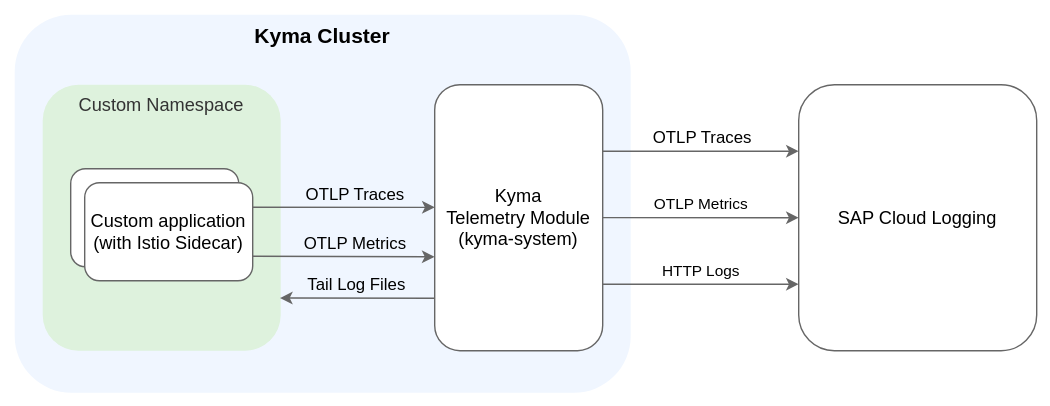
Before: docs/user/integration/assets/sap-cloud-logging.drawio.svg, a diagram exported from draw.io (kyma-project/telemetry-manager). Source tidied: cells renumbered, new cells last; positions are measured from the earlier drawing's top-left corner, leaving out a move shared by most shapes. Source of this version:
```xml
<mxGraphModel background="#FFFFFF">
  <root>
    <mxCell id="0" />
    <mxCell id="1" parent="0" />
    <mxCell id="2" style="rounded=0;whiteSpace=wrap;html=1;strokeColor=none;" parent="1" vertex="1">
      <mxGeometry width="750" height="290" as="geometry" />
    </mxCell>
    <mxCell id="3" value="&lt;b&gt;&lt;font style=&quot;font-size: 15px;&quot;&gt;Kyma Cluster&lt;br&gt;&lt;/font&gt;&lt;/b&gt;" style="rounded=1;whiteSpace=wrap;html=1;fillColor=#F0F6FF;strokeColor=none;verticalAlign=top;" parent="1" vertex="1">
      <mxGeometry x="10" y="10" width="440" height="270" as="geometry" />
    </mxCell>
    <mxCell id="4" value="&lt;font style=&quot;font-size: 13px;&quot;&gt;Custom Namespace&lt;br&gt;&lt;/font&gt;" style="rounded=1;whiteSpace=wrap;html=1;fillColor=#DEF2DD;fontColor=#333333;strokeColor=none;verticalAlign=top;" parent="1" vertex="1">
      <mxGeometry x="30" y="60" width="170" height="190" as="geometry" />
    </mxCell>
    <mxCell id="5" value="&lt;font style=&quot;font-size: 13px;&quot;&gt;Kyma &lt;br&gt;Telemetry Module&lt;br style=&quot;border-color: var(--border-color);&quot;&gt;(kyma-system)&lt;/font&gt;" style="rounded=1;whiteSpace=wrap;html=1;fillColor=#FFFFFF;strokeColor=#666666;" parent="1" vertex="1">
      <mxGeometry x="310" y="60" width="120" height="190" as="geometry" />
    </mxCell>
    <mxCell id="6" value="&lt;font style=&quot;&quot;&gt;&lt;font style=&quot;font-size: 13px;&quot;&gt;SAP Cloud Logging&lt;/font&gt;&lt;br&gt;&lt;/font&gt;" style="rounded=1;whiteSpace=wrap;html=1;fillColor=#FFFFFF;strokeColor=#666666;verticalAlign=middle;" parent="1" vertex="1">
      <mxGeometry x="570" y="60" width="170" height="190" as="geometry" />
    </mxCell>
    <mxCell id="7" style="edgeStyle=none;rounded=1;jettySize=auto;html=1;exitX=1;exitY=0.25;exitDx=0;exitDy=0;strokeColor=#666666;entryX=0;entryY=0.25;entryDx=0;entryDy=0;" parent="1" edge="1" source="5" target="6">
      <mxGeometry relative="1" as="geometry" />
    </mxCell>
    <mxCell id="8" style="edgeStyle=none;rounded=1;jettySize=auto;html=1;exitX=1;exitY=0.25;exitDx=0;exitDy=0;strokeColor=#666666;entryX=0;entryY=0.461;entryDx=0;entryDy=0;entryPerimeter=0;" parent="1" edge="1" source="21" target="5">
      <mxGeometry relative="1" as="geometry" />
    </mxCell>
    <mxCell id="9" value="OTLP Traces" style="edgeLabel;html=1;align=center;verticalAlign=middle;labelBackgroundColor=none;fontStyle=0;fontSize=12;" parent="8" vertex="1">
      <mxGeometry x="-0.29" y="2" relative="1" as="geometry">
        <mxPoint x="26" y="-7" as="offset" />
      </mxGeometry>
    </mxCell>
    <mxCell id="10" style="edgeStyle=none;rounded=1;jettySize=auto;html=1;exitX=1;exitY=0.75;exitDx=0;exitDy=0;strokeColor=#666666;entryX=-0.001;entryY=0.647;entryDx=0;entryDy=0;entryPerimeter=0;" parent="1" edge="1" source="21" target="5">
      <mxGeometry relative="1" as="geometry" />
    </mxCell>
    <mxCell id="11" value="OTLP Metrics" style="edgeLabel;html=1;align=center;verticalAlign=middle;fontSize=12;fontStyle=0;labelBackgroundColor=none;" parent="10" vertex="1">
      <mxGeometry x="-0.1" y="2" relative="1" as="geometry">
        <mxPoint x="14" y="-7" as="offset" />
      </mxGeometry>
    </mxCell>
    <mxCell id="12" style="rounded=1;whiteSpace=wrap;html=1;fontSize=13;fontStyle=0;strokeColor=#666666;" parent="1" vertex="1">
      <mxGeometry x="50" y="120" width="120" height="70" as="geometry" />
    </mxCell>
    <mxCell id="13" value="&lt;font style=&quot;font-size: 12px;&quot;&gt;OTLP Traces&lt;/font&gt;" style="edgeLabel;html=1;align=center;verticalAlign=middle;fontStyle=0;labelBackgroundColor=none;fontSize=12;" parent="1" vertex="1">
      <mxGeometry x="527.9" y="87" as="geometry">
        <mxPoint x="-27" y="11" as="offset" />
      </mxGeometry>
    </mxCell>
    <mxCell id="14" style="edgeStyle=orthogonalEdgeStyle;rounded=0;orthogonalLoop=1;jettySize=auto;html=1;exitX=0.5;exitY=1;exitDx=0;exitDy=0;" parent="1" edge="1" source="5" target="5">
      <mxGeometry relative="1" as="geometry" />
    </mxCell>
    <mxCell id="15" style="edgeStyle=none;rounded=1;jettySize=auto;html=1;exitX=-0.001;exitY=0.803;exitDx=0;exitDy=0;strokeColor=#666666;entryX=0.997;entryY=0.802;entryDx=0;entryDy=0;exitPerimeter=0;entryPerimeter=0;" parent="1" edge="1" source="5" target="4">
      <mxGeometry relative="1" as="geometry" />
    </mxCell>
    <mxCell id="16" value="Tail Log Files" style="edgeLabel;html=1;align=center;verticalAlign=middle;fontSize=12;fontStyle=0;labelBackgroundColor=none;" parent="15" vertex="1">
      <mxGeometry x="-0.1" y="2" relative="1" as="geometry">
        <mxPoint x="-7" y="-12" as="offset" />
      </mxGeometry>
    </mxCell>
    <mxCell id="17" style="edgeStyle=none;rounded=1;jettySize=auto;html=1;exitX=1;exitY=0.305;exitDx=0;exitDy=0;entryX=0;entryY=0.5;entryDx=0;entryDy=0;strokeColor=#666666;exitPerimeter=0;" parent="1" edge="1" target="6">
      <mxGeometry relative="1" as="geometry">
        <mxPoint x="430" y="155" as="sourcePoint" />
      </mxGeometry>
    </mxCell>
    <mxCell id="18" value="OTLP Metrics" style="edgeLabel;html=1;align=center;verticalAlign=middle;" parent="17" vertex="1">
      <mxGeometry x="0.2" y="-2" relative="1" as="geometry">
        <mxPoint x="-14" y="-12" as="offset" />
      </mxGeometry>
    </mxCell>
    <mxCell id="19" style="edgeStyle=none;rounded=1;jettySize=auto;html=1;exitX=1;exitY=0.75;exitDx=0;exitDy=0;strokeColor=#666666;entryX=0;entryY=0.75;entryDx=0;entryDy=0;" parent="1" edge="1" source="5" target="6">
      <mxGeometry relative="1" as="geometry" />
    </mxCell>
    <mxCell id="20" value="HTTP Logs" style="edgeLabel;html=1;align=center;verticalAlign=middle;" parent="19" vertex="1">
      <mxGeometry x="0.14" y="1" relative="1" as="geometry">
        <mxPoint x="-10" y="-9" as="offset" />
      </mxGeometry>
    </mxCell>
    <mxCell id="21" value="Custom application&lt;br&gt;(with Istio Sidecar)" style="rounded=1;whiteSpace=wrap;html=1;fontSize=13;fontStyle=0;strokeColor=#666666;" parent="1" vertex="1">
      <mxGeometry x="60" y="130" width="120" height="70" as="geometry" />
    </mxCell>
  </root>
</mxGraphModel>
```
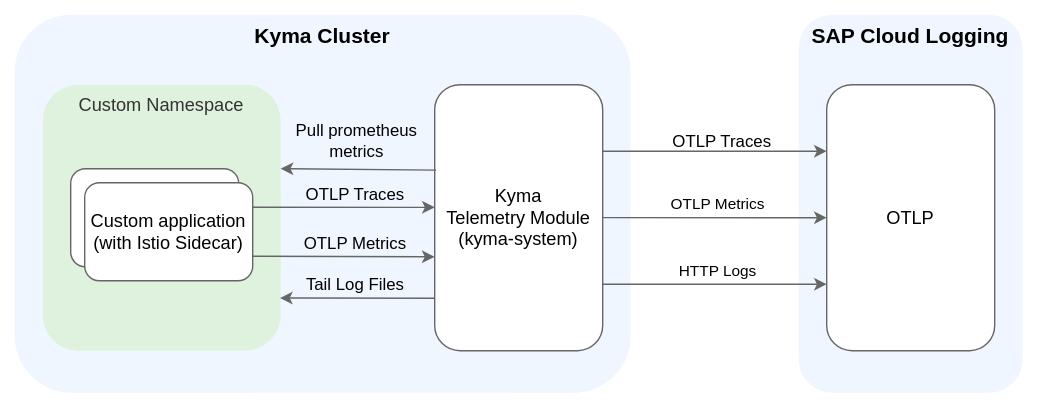
The same diagram one commit later.

Diff of the diagram source:
```diff
@@ -14,12 +14,6 @@
     <mxCell id="5" value="&lt;font style=&quot;font-size: 13px;&quot;&gt;Kyma &lt;br&gt;Telemetry Module&lt;br style=&quot;border-color: var(--border-color);&quot;&gt;(kyma-system)&lt;/font&gt;" style="rounded=1;whiteSpace=wrap;html=1;fillColor=#FFFFFF;strokeColor=#666666;" parent="1" vertex="1">
       <mxGeometry x="310" y="60" width="120" height="190" as="geometry" />
     </mxCell>
-    <mxCell id="6" value="&lt;font style=&quot;&quot;&gt;&lt;font style=&quot;font-size: 13px;&quot;&gt;SAP Cloud Logging&lt;/font&gt;&lt;br&gt;&lt;/font&gt;" style="rounded=1;whiteSpace=wrap;html=1;fillColor=#FFFFFF;strokeColor=#666666;verticalAlign=middle;" parent="1" vertex="1">
-      <mxGeometry x="570" y="60" width="170" height="190" as="geometry" />
-    </mxCell>
-    <mxCell id="7" style="edgeStyle=none;rounded=1;jettySize=auto;html=1;exitX=1;exitY=0.25;exitDx=0;exitDy=0;strokeColor=#666666;entryX=0;entryY=0.25;entryDx=0;entryDy=0;" parent="1" edge="1" source="5" target="6">
-      <mxGeometry relative="1" as="geometry" />
-    </mxCell>
     <mxCell id="8" style="edgeStyle=none;rounded=1;jettySize=auto;html=1;exitX=1;exitY=0.25;exitDx=0;exitDy=0;strokeColor=#666666;entryX=0;entryY=0.461;entryDx=0;entryDy=0;entryPerimeter=0;" parent="1" edge="1" source="21" target="5">
       <mxGeometry relative="1" as="geometry" />
     </mxCell>
@@ -41,7 +35,7 @@
     </mxCell>
     <mxCell id="13" value="&lt;font style=&quot;font-size: 12px;&quot;&gt;OTLP Traces&lt;/font&gt;" style="edgeLabel;html=1;align=center;verticalAlign=middle;fontStyle=0;labelBackgroundColor=none;fontSize=12;" parent="1" vertex="1">
       <mxGeometry x="527.9" y="87" as="geometry">
-        <mxPoint x="-27" y="11" as="offset" />
+        <mxPoint x="-13" y="13" as="offset" />
       </mxGeometry>
     </mxCell>
     <mxCell id="14" style="edgeStyle=orthogonalEdgeStyle;rounded=0;orthogonalLoop=1;jettySize=auto;html=1;exitX=0.5;exitY=1;exitDx=0;exitDy=0;" parent="1" edge="1" source="5" target="5">
@@ -55,7 +49,30 @@
         <mxPoint x="-7" y="-12" as="offset" />
       </mxGeometry>
     </mxCell>
+    <mxCell id="21" value="Custom application&lt;br&gt;(with Istio Sidecar)" style="rounded=1;whiteSpace=wrap;html=1;fontSize=13;fontStyle=0;strokeColor=#666666;" parent="1" vertex="1">
+      <mxGeometry x="60" y="130" width="120" height="70" as="geometry" />
+    </mxCell>
+    <mxCell id="22" style="edgeStyle=none;rounded=1;orthogonalLoop=1;jettySize=auto;html=1;exitX=-0.001;exitY=0.803;exitDx=0;exitDy=0;strokeColor=#666666;entryX=0.997;entryY=0.802;entryDx=0;entryDy=0;exitPerimeter=0;entryPerimeter=0;" parent="1" edge="1">
+      <mxGeometry relative="1" as="geometry">
+        <mxPoint x="311" y="121" as="sourcePoint" />
+        <mxPoint x="200" y="120" as="targetPoint" />
+      </mxGeometry>
+    </mxCell>
+    <mxCell id="23" value="Pull prometheus&lt;br&gt;metrics" style="edgeLabel;html=1;align=center;verticalAlign=middle;fontSize=12;fontStyle=0;labelBackgroundColor=none;" parent="22" vertex="1">
+      <mxGeometry x="-0.1" y="2" relative="1" as="geometry">
+        <mxPoint x="-7" y="-23" as="offset" />
+      </mxGeometry>
+    </mxCell>
+    <mxCell id="6" value="&lt;font style=&quot;font-size: 15px;&quot;&gt;&lt;b&gt;SAP Cloud Logging&lt;br&gt;&lt;/b&gt;&lt;/font&gt;" style="rounded=1;whiteSpace=wrap;html=1;fillColor=#F0F6FF;strokeColor=none;verticalAlign=top;" parent="1" vertex="1">
+      <mxGeometry x="570" y="10" width="160" height="270" as="geometry" />
+    </mxCell>
+    <mxCell id="24" value="&lt;span style=&quot;font-size: 13px;&quot;&gt;OTLP&lt;/span&gt;" style="rounded=1;whiteSpace=wrap;html=1;fillColor=#FFFFFF;strokeColor=#666666;" parent="1" vertex="1">
+      <mxGeometry x="590" y="60" width="120" height="190" as="geometry" />
+    </mxCell>
+    <mxCell id="7" style="edgeStyle=none;rounded=1;jettySize=auto;html=1;exitX=1;exitY=0.25;exitDx=0;exitDy=0;strokeColor=#666666;entryX=0;entryY=0.25;entryDx=0;entryDy=0;" parent="1" edge="1" source="5" target="24">
+      <mxGeometry relative="1" as="geometry" />
+    </mxCell>
-    <mxCell id="17" style="edgeStyle=none;rounded=1;jettySize=auto;html=1;exitX=1;exitY=0.305;exitDx=0;exitDy=0;entryX=0;entryY=0.5;entryDx=0;entryDy=0;strokeColor=#666666;exitPerimeter=0;" parent="1" edge="1" target="6">
+    <mxCell id="17" style="edgeStyle=none;rounded=1;jettySize=auto;html=1;exitX=1;exitY=0.305;exitDx=0;exitDy=0;entryX=0;entryY=0.5;entryDx=0;entryDy=0;strokeColor=#666666;exitPerimeter=0;" parent="1" edge="1" target="24">
       <mxGeometry relative="1" as="geometry">
         <mxPoint x="430" y="155" as="sourcePoint" />
       </mxGeometry>
@@ -65,7 +82,7 @@
         <mxPoint x="-14" y="-12" as="offset" />
       </mxGeometry>
     </mxCell>
-    <mxCell id="19" style="edgeStyle=none;rounded=1;jettySize=auto;html=1;exitX=1;exitY=0.75;exitDx=0;exitDy=0;strokeColor=#666666;entryX=0;entryY=0.75;entryDx=0;entryDy=0;" parent="1" edge="1" source="5" target="6">
+    <mxCell id="19" style="edgeStyle=none;rounded=1;jettySize=auto;html=1;exitX=1;exitY=0.75;exitDx=0;exitDy=0;strokeColor=#666666;entryX=0;entryY=0.75;entryDx=0;entryDy=0;" parent="1" edge="1" source="5" target="24">
       <mxGeometry relative="1" as="geometry" />
     </mxCell>
     <mxCell id="20" value="HTTP Logs" style="edgeLabel;html=1;align=center;verticalAlign=middle;" parent="19" vertex="1">
@@ -73,8 +90,5 @@
         <mxPoint x="-10" y="-9" as="offset" />
       </mxGeometry>
     </mxCell>
-    <mxCell id="21" value="Custom application&lt;br&gt;(with Istio Sidecar)" style="rounded=1;whiteSpace=wrap;html=1;fontSize=13;fontStyle=0;strokeColor=#666666;" parent="1" vertex="1">
-      <mxGeometry x="60" y="130" width="120" height="70" as="geometry" />
-    </mxCell>
   </root>
 </mxGraphModel>
```
